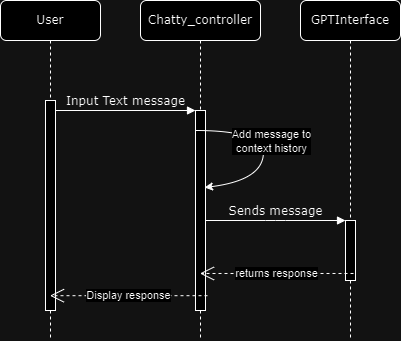
This is docs/sweng/images/Sequence.png from SevMicYas/JabRefChatty, a draw.io export, as it was before one commit. Source tidied: cells renumbered, new cells last; positions are measured from the earlier drawing's top-left corner, leaving out a move shared by most shapes.
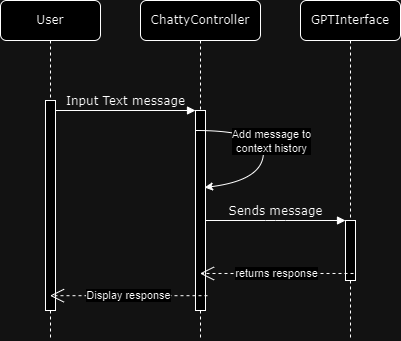
The same diagram one commit later.

What changed in the source:
```diff
@@ -2,7 +2,7 @@
   <root>
     <mxCell id="0" />
     <mxCell id="1" parent="0" />
-    <mxCell id="2" value="Chatty_controller" style="shape=umlLifeline;perimeter=lifelinePerimeter;whiteSpace=wrap;html=1;outlineConnect=0;rounded=1;shadow=0;comic=0;labelBackgroundColor=none;strokeWidth=1;fontFamily=Verdana;fontSize=12;align=center;" parent="1" vertex="1">
+    <mxCell id="2" value="ChattyController" style="shape=umlLifeline;perimeter=lifelinePerimeter;whiteSpace=wrap;html=1;outlineConnect=0;rounded=1;shadow=0;comic=0;labelBackgroundColor=none;strokeWidth=1;fontFamily=Verdana;fontSize=12;align=center;" parent="1" vertex="1">
       <mxGeometry x="140" width="120" height="340" as="geometry" />
     </mxCell>
     <mxCell id="3" style="html=1;points=[];perimeter=orthogonalPerimeter;rounded=0;shadow=0;comic=0;labelBackgroundColor=none;strokeWidth=1;fontFamily=Verdana;fontSize=12;align=center;" parent="2" vertex="1">
```
